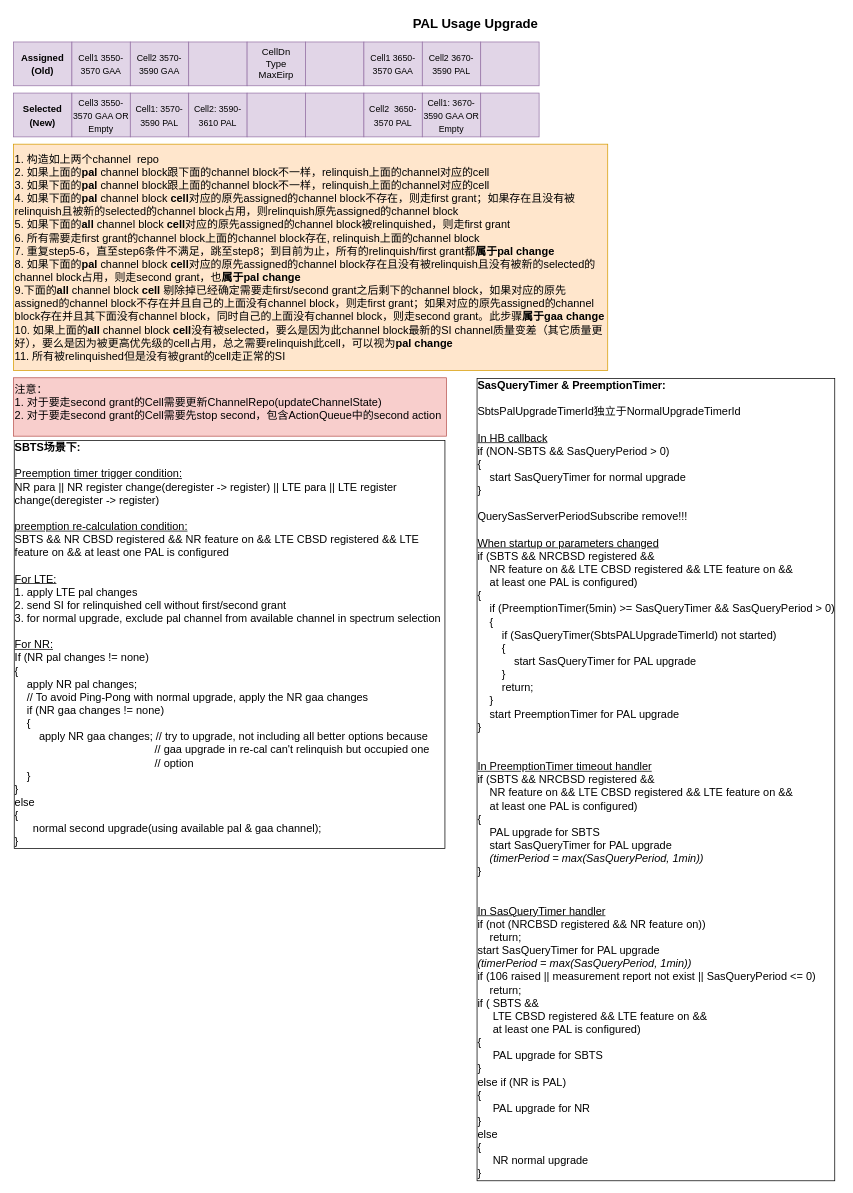
xdlhzdh/drawio keeps this draw.io diagram as Pal_Change_Algorithm.drawio. Above is the earlier version. Source tidied: cells renumbered, new cells numbered last; positions are measured from the earlier drawing's top-left corner, leaving out a move shared by most shapes. Both pictures are drawn from the tidied source at 73%, with x=0, y=0 at pixel (12, 12).
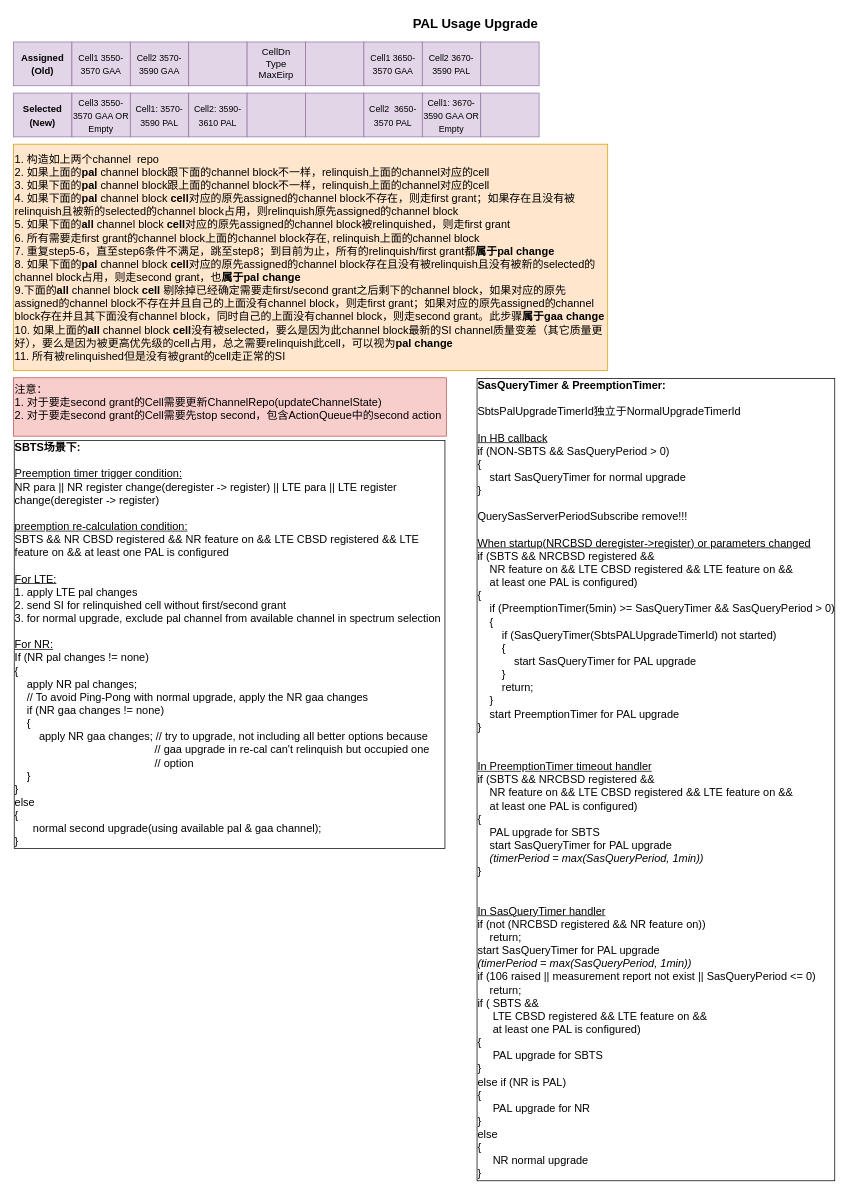
The same diagram, later.

The edit, as a diff of the source:
```diff
@@
-    <mxCell id="24" value="&lt;div style=&quot;font-size: 15px;&quot;&gt;&lt;font style=&quot;font-size: 15px;&quot;&gt;&lt;b style=&quot;&quot;&gt;SasQueryTimer &amp;amp; PreemptionTimer:&lt;/b&gt;&lt;/font&gt;&lt;/div&gt;&lt;div style=&quot;font-size: 15px;&quot;&gt;&lt;br&gt;&lt;/div&gt;&lt;div style=&quot;font-size: 15px;&quot;&gt;&lt;font style=&quot;font-size: 15px;&quot;&gt;SbtsPalUpgradeTimerId独立于NormalUpgradeTimerId&lt;/font&gt;&lt;/div&gt;&lt;div style=&quot;font-size: 15px;&quot;&gt;&lt;font style=&quot;font-size: 15px;&quot;&gt;&lt;br&gt;&lt;/font&gt;&lt;/div&gt;&lt;div style=&quot;font-size: 15px;&quot;&gt;&lt;font style=&quot;font-size: 15px;&quot;&gt;&lt;u&gt;In HB callback&lt;/u&gt;&lt;/font&gt;&lt;/div&gt;&lt;div style=&quot;font-size: 15px;&quot;&gt;&lt;font style=&quot;font-size: 15px;&quot;&gt;if (NON-SBTS &amp;amp;&amp;amp; SasQueryPeriod &amp;gt; 0)&lt;/font&gt;&lt;/div&gt;&lt;div style=&quot;font-size: 15px;&quot;&gt;&lt;font style=&quot;font-size: 15px;&quot;&gt;{&lt;/font&gt;&lt;/div&gt;&lt;div style=&quot;font-size: 15px;&quot;&gt;&lt;font style=&quot;font-size: 15px;&quot;&gt;&amp;nbsp; &amp;nbsp; start SasQueryTimer for normal upgrade&lt;/font&gt;&lt;/div&gt;&lt;div style=&quot;font-size: 15px;&quot;&gt;&lt;font style=&quot;font-size: 15px;&quot;&gt;}&lt;/font&gt;&lt;/div&gt;&lt;div style=&quot;font-size: 15px;&quot;&gt;&lt;font style=&quot;font-size: 15px;&quot;&gt;&lt;br&gt;&lt;/font&gt;&lt;/div&gt;&lt;div style=&quot;font-size: 15px;&quot;&gt;&lt;font style=&quot;font-size: 15px;&quot;&gt;QuerySasServerPeriodSubscribe remove!!!&lt;/font&gt;&lt;/div&gt;&lt;div style=&quot;font-size: 15px;&quot;&gt;&lt;font style=&quot;font-size: 15px;&quot;&gt;&lt;br&gt;&lt;/font&gt;&lt;/div&gt;&lt;div style=&quot;font-size: 15px;&quot;&gt;&lt;font style=&quot;font-size: 15px;&quot;&gt;&lt;u&gt;When startup or parameters changed&lt;/u&gt;&lt;/font&gt;&lt;/div&gt;&lt;div style=&quot;font-size: 15px;&quot;&gt;&lt;div&gt;&lt;font style=&quot;font-size: 15px;&quot;&gt;if (SBTS &amp;amp;&amp;amp; NRCBSD registered &amp;amp;&amp;amp;&lt;/font&gt;&lt;/div&gt;&lt;font style=&quot;font-size: 15px;&quot;&gt;&amp;nbsp; &amp;nbsp; NR feature on &amp;amp;&amp;amp; LTE CBSD registered &amp;amp;&amp;amp; LTE feature on &amp;amp;&amp;amp;&lt;br&gt;&amp;nbsp; &amp;nbsp; at least one PAL is configured&lt;span style=&quot;background-color: initial;&quot;&gt;)&lt;/span&gt;&lt;br&gt;&lt;/font&gt;&lt;/div&gt;&lt;div style=&quot;font-size: 15px;&quot;&gt;&lt;font style=&quot;font-size: 15px;&quot;&gt;{&lt;/font&gt;&lt;/div&gt;&lt;div style=&quot;font-size: 15px;&quot;&gt;&lt;font style=&quot;font-size: 15px;&quot;&gt;&amp;nbsp; &amp;nbsp; if (PreemptionTimer(5min) &amp;gt;= SasQueryTimer &amp;amp;&amp;amp; SasQueryPeriod&amp;nbsp;&amp;gt; 0)&lt;/font&gt;&lt;/div&gt;&lt;div style=&quot;font-size: 15px;&quot;&gt;&lt;font style=&quot;font-size: 15px;&quot;&gt;&amp;nbsp; &amp;nbsp; {&lt;/font&gt;&lt;/div&gt;&lt;div style=&quot;font-size: 15px;&quot;&gt;&lt;font style=&quot;font-size: 15px;&quot;&gt;&amp;nbsp; &amp;nbsp; &amp;nbsp; &amp;nbsp; if (SasQueryTimer(SbtsPALUpgradeTimerId) not started)&lt;/font&gt;&lt;/div&gt;&lt;div style=&quot;font-size: 15px;&quot;&gt;&lt;font style=&quot;font-size: 15px;&quot;&gt;&amp;nbsp; &amp;nbsp; &amp;nbsp; &amp;nbsp; {&lt;/font&gt;&lt;/div&gt;&lt;div style=&quot;font-size: 15px;&quot;&gt;&lt;font style=&quot;font-size: 15px;&quot;&gt;&amp;nbsp; &amp;nbsp; &amp;nbsp; &amp;nbsp; &amp;nbsp; &amp;nbsp; start SasQueryTimer for PAL upgrade&lt;/font&gt;&lt;/div&gt;&lt;div style=&quot;font-size: 15px;&quot;&gt;&lt;font style=&quot;font-size: 15px;&quot;&gt;&amp;nbsp; &amp;nbsp; &amp;nbsp; &amp;nbsp; }&lt;/font&gt;&lt;/div&gt;&lt;div style=&quot;font-size: 15px;&quot;&gt;&lt;font style=&quot;font-size: 15px;&quot;&gt;&amp;nbsp; &amp;nbsp; &amp;nbsp; &amp;nbsp; return;&lt;/font&gt;&lt;/div&gt;&lt;div style=&quot;font-size: 15px;&quot;&gt;&lt;font style=&quot;font-size: 15px;&quot;&gt;&amp;nbsp; &amp;nbsp; }&lt;/font&gt;&lt;/div&gt;&lt;div style=&quot;font-size: 15px;&quot;&gt;&lt;font style=&quot;font-size: 15px;&quot;&gt;&amp;nbsp; &amp;nbsp; start PreemptionTimer for PAL upgrade&lt;/font&gt;&lt;/div&gt;&lt;div style=&quot;font-size: 15px;&quot;&gt;&lt;font style=&quot;font-size: 15px;&quot;&gt;}&lt;/font&gt;&lt;/div&gt;&lt;div style=&quot;font-size: 15px;&quot;&gt;&lt;font style=&quot;font-size: 15px;&quot;&gt;&lt;br&gt;&lt;/font&gt;&lt;/div&gt;&lt;div style=&quot;font-size: 15px;&quot;&gt;&lt;font style=&quot;font-size: 15px;&quot;&gt;&lt;br&gt;&lt;/font&gt;&lt;/div&gt;&lt;div style=&quot;font-size: 15px;&quot;&gt;&lt;font style=&quot;font-size: 15px;&quot;&gt;&lt;u&gt;In PreemptionTimer timeout handler&lt;/u&gt;&lt;/font&gt;&lt;/div&gt;&lt;div style=&quot;font-size: 15px;&quot;&gt;&lt;font style=&quot;font-size: 15px;&quot;&gt;if (SBTS &amp;amp;&amp;amp; NRCBSD registered &amp;amp;&amp;amp;&lt;/font&gt;&lt;/div&gt;&lt;font style=&quot;font-size: 15px;&quot;&gt;&amp;nbsp; &amp;nbsp; NR feature on &amp;amp;&amp;amp; LTE CBSD registered &amp;amp;&amp;amp; LTE feature on &amp;amp;&amp;amp;&lt;br&gt;&amp;nbsp; &amp;nbsp; at least one PAL is configured&lt;span style=&quot;background-color: initial;&quot;&gt;)&lt;/span&gt;&lt;br&gt;&lt;/font&gt;&lt;div style=&quot;font-size: 15px;&quot;&gt;&lt;font style=&quot;font-size: 15px;&quot;&gt;{&lt;/font&gt;&lt;/div&gt;&lt;div style=&quot;font-size: 15px;&quot;&gt;&lt;font style=&quot;font-size: 15px;&quot;&gt;&amp;nbsp; &amp;nbsp; PAL upgrade for SBTS&lt;/font&gt;&lt;/div&gt;&lt;div style=&quot;font-size: 15px;&quot;&gt;&lt;font style=&quot;font-size: 15px;&quot;&gt;&amp;nbsp; &amp;nbsp; start SasQueryTimer for PAL upgrade&amp;nbsp;&lt;/font&gt;&lt;/div&gt;&lt;div style=&quot;font-size: 15px;&quot;&gt;&lt;font style=&quot;font-size: 15px;&quot;&gt;&amp;nbsp; &amp;nbsp; &lt;i&gt;(timerPeriod = max(SasQueryPeriod, 1min))&lt;/i&gt;&lt;/font&gt;&lt;/div&gt;&lt;div style=&quot;font-size: 15px;&quot;&gt;&lt;font style=&quot;font-size: 15px;&quot;&gt;}&lt;/font&gt;&lt;/div&gt;&lt;div style=&quot;font-size: 15px;&quot;&gt;&lt;font style=&quot;font-size: 15px;&quot;&gt;&lt;br&gt;&lt;/font&gt;&lt;/div&gt;&lt;div style=&quot;font-size: 15px;&quot;&gt;&lt;font style=&quot;font-size: 15px;&quot;&gt;&lt;br&gt;&lt;/font&gt;&lt;/div&gt;&lt;div style=&quot;font-size: 15px;&quot;&gt;&lt;font style=&quot;font-size: 15px;&quot;&gt;&lt;u&gt;In SasQueryTimer handler&lt;/u&gt;&lt;/font&gt;&lt;/div&gt;&lt;div style=&quot;font-size: 15px;&quot;&gt;&lt;div&gt;&lt;font style=&quot;font-size: 15px;&quot;&gt;if (not (NRCBSD registered &amp;amp;&amp;amp; NR feature on))&lt;/font&gt;&lt;/div&gt;&lt;div&gt;&lt;font style=&quot;font-size: 15px;&quot;&gt;&amp;nbsp; &amp;nbsp; return;&lt;/font&gt;&lt;/div&gt;&lt;div&gt;&lt;font style=&quot;font-size: 15px;&quot;&gt;start SasQueryTimer for PAL upgrade&lt;/font&gt;&lt;/div&gt;&lt;div&gt;&lt;font style=&quot;font-size: 15px;&quot;&gt;&lt;i style=&quot;&quot;&gt;(timerPeriod = max(SasQueryPeriod, 1min))&lt;/i&gt;&lt;/font&gt;&lt;/div&gt;&lt;div&gt;&lt;font style=&quot;font-size: 15px;&quot;&gt;if (106 raised || measurement report not exist ||&amp;nbsp;&lt;/font&gt;&lt;span style=&quot;background-color: initial;&quot;&gt;SasQueryPeriod &amp;lt;= 0)&lt;/span&gt;&lt;/div&gt;&lt;div&gt;&lt;font style=&quot;font-size: 15px;&quot;&gt;&amp;nbsp; &amp;nbsp; return;&lt;/font&gt;&lt;/div&gt;&lt;div&gt;&lt;font style=&quot;font-size: 15px;&quot;&gt;if ( SBTS &amp;amp;&amp;amp;&lt;/font&gt;&lt;/div&gt;&lt;div&gt;&lt;font style=&quot;font-size: 15px;&quot;&gt;&amp;nbsp; &amp;nbsp; &amp;nbsp;LTE CBSD registered &amp;amp;&amp;amp; LTE feature on &amp;amp;&amp;amp;&lt;/font&gt;&lt;/div&gt;&lt;div&gt;&lt;font style=&quot;font-size: 15px;&quot;&gt;&amp;nbsp; &amp;nbsp; &amp;nbsp;at least one PAL is configured)&lt;/font&gt;&lt;/div&gt;&lt;div&gt;&lt;font style=&quot;font-size: 15px;&quot;&gt;{&lt;/font&gt;&lt;/div&gt;&lt;div&gt;&lt;font style=&quot;font-size: 15px;&quot;&gt;&amp;nbsp; &amp;nbsp; &amp;nbsp;PAL upgrade for SBTS&lt;/font&gt;&lt;/div&gt;&lt;div&gt;&lt;font style=&quot;font-size: 15px;&quot;&gt;}&lt;/font&gt;&lt;/div&gt;&lt;div&gt;&lt;font style=&quot;font-size: 15px;&quot;&gt;else if (NR is PAL)&lt;/font&gt;&lt;/div&gt;&lt;div&gt;&lt;font style=&quot;font-size: 15px;&quot;&gt;{&lt;/font&gt;&lt;/div&gt;&lt;div&gt;&lt;font style=&quot;font-size: 15px;&quot;&gt;&amp;nbsp; &amp;nbsp; &amp;nbsp;PAL upgrade for NR&lt;/font&gt;&lt;/div&gt;&lt;div&gt;&lt;font style=&quot;font-size: 15px;&quot;&gt;}&lt;/font&gt;&lt;/div&gt;&lt;div&gt;&lt;font style=&quot;font-size: 15px;&quot;&gt;else&lt;/font&gt;&lt;/div&gt;&lt;div&gt;&lt;font style=&quot;font-size: 15px;&quot;&gt;{&lt;/font&gt;&lt;/div&gt;&lt;div&gt;&lt;font style=&quot;font-size: 15px;&quot;&gt;&amp;nbsp; &amp;nbsp; &amp;nbsp;NR normal upgrade&lt;/font&gt;&lt;/div&gt;&lt;div&gt;&lt;font style=&quot;font-size: 15px;&quot;&gt;}&lt;/font&gt;&lt;/div&gt;&lt;/div&gt;" style="text;html=1;strokeColor=none;fillColor=none;align=left;verticalAlign=middle;whiteSpace=wrap;rounded=0;sketch=0;shadow=0;labelBorderColor=default;" parent="1" vertex="1">
+    <mxCell id="24" value="&lt;div style=&quot;font-size: 15px;&quot;&gt;&lt;font style=&quot;font-size: 15px;&quot;&gt;&lt;b style=&quot;&quot;&gt;SasQueryTimer &amp;amp; PreemptionTimer:&lt;/b&gt;&lt;/font&gt;&lt;/div&gt;&lt;div style=&quot;font-size: 15px;&quot;&gt;&lt;br&gt;&lt;/div&gt;&lt;div style=&quot;font-size: 15px;&quot;&gt;&lt;font style=&quot;font-size: 15px;&quot;&gt;SbtsPalUpgradeTimerId独立于NormalUpgradeTimerId&lt;/font&gt;&lt;/div&gt;&lt;div style=&quot;font-size: 15px;&quot;&gt;&lt;font style=&quot;font-size: 15px;&quot;&gt;&lt;br&gt;&lt;/font&gt;&lt;/div&gt;&lt;div style=&quot;font-size: 15px;&quot;&gt;&lt;font style=&quot;font-size: 15px;&quot;&gt;&lt;u&gt;In HB callback&lt;/u&gt;&lt;/font&gt;&lt;/div&gt;&lt;div style=&quot;font-size: 15px;&quot;&gt;&lt;font style=&quot;font-size: 15px;&quot;&gt;if (NON-SBTS &amp;amp;&amp;amp; SasQueryPeriod &amp;gt; 0)&lt;/font&gt;&lt;/div&gt;&lt;div style=&quot;font-size: 15px;&quot;&gt;&lt;font style=&quot;font-size: 15px;&quot;&gt;{&lt;/font&gt;&lt;/div&gt;&lt;div style=&quot;font-size: 15px;&quot;&gt;&lt;font style=&quot;font-size: 15px;&quot;&gt;&amp;nbsp; &amp;nbsp; start SasQueryTimer for normal upgrade&lt;/font&gt;&lt;/div&gt;&lt;div style=&quot;font-size: 15px;&quot;&gt;&lt;font style=&quot;font-size: 15px;&quot;&gt;}&lt;/font&gt;&lt;/div&gt;&lt;div style=&quot;font-size: 15px;&quot;&gt;&lt;font style=&quot;font-size: 15px;&quot;&gt;&lt;br&gt;&lt;/font&gt;&lt;/div&gt;&lt;div style=&quot;font-size: 15px;&quot;&gt;&lt;font style=&quot;font-size: 15px;&quot;&gt;QuerySasServerPeriodSubscribe remove!!!&lt;/font&gt;&lt;/div&gt;&lt;div style=&quot;font-size: 15px;&quot;&gt;&lt;font style=&quot;font-size: 15px;&quot;&gt;&lt;br&gt;&lt;/font&gt;&lt;/div&gt;&lt;div style=&quot;font-size: 15px;&quot;&gt;&lt;font style=&quot;font-size: 15px;&quot;&gt;&lt;u&gt;When startup(NRCBSD deregister-&amp;gt;register) or parameters changed&lt;/u&gt;&lt;/font&gt;&lt;/div&gt;&lt;div style=&quot;font-size: 15px;&quot;&gt;&lt;div&gt;&lt;font style=&quot;font-size: 15px;&quot;&gt;if (SBTS &amp;amp;&amp;amp; NRCBSD registered &amp;amp;&amp;amp;&lt;/font&gt;&lt;/div&gt;&lt;font style=&quot;font-size: 15px;&quot;&gt;&amp;nbsp; &amp;nbsp; NR feature on &amp;amp;&amp;amp; LTE CBSD registered &amp;amp;&amp;amp; LTE feature on &amp;amp;&amp;amp;&lt;br&gt;&amp;nbsp; &amp;nbsp; at least one PAL is configured&lt;span style=&quot;background-color: initial;&quot;&gt;)&lt;/span&gt;&lt;br&gt;&lt;/font&gt;&lt;/div&gt;&lt;div style=&quot;font-size: 15px;&quot;&gt;&lt;font style=&quot;font-size: 15px;&quot;&gt;{&lt;/font&gt;&lt;/div&gt;&lt;div style=&quot;font-size: 15px;&quot;&gt;&lt;font style=&quot;font-size: 15px;&quot;&gt;&amp;nbsp; &amp;nbsp; if (PreemptionTimer(5min) &amp;gt;= SasQueryTimer &amp;amp;&amp;amp; SasQueryPeriod&amp;nbsp;&amp;gt; 0)&lt;/font&gt;&lt;/div&gt;&lt;div style=&quot;font-size: 15px;&quot;&gt;&lt;font style=&quot;font-size: 15px;&quot;&gt;&amp;nbsp; &amp;nbsp; {&lt;/font&gt;&lt;/div&gt;&lt;div style=&quot;font-size: 15px;&quot;&gt;&lt;font style=&quot;font-size: 15px;&quot;&gt;&amp;nbsp; &amp;nbsp; &amp;nbsp; &amp;nbsp; if (SasQueryTimer(SbtsPALUpgradeTimerId) not started)&lt;/font&gt;&lt;/div&gt;&lt;div style=&quot;font-size: 15px;&quot;&gt;&lt;font style=&quot;font-size: 15px;&quot;&gt;&amp;nbsp; &amp;nbsp; &amp;nbsp; &amp;nbsp; {&lt;/font&gt;&lt;/div&gt;&lt;div style=&quot;font-size: 15px;&quot;&gt;&lt;font style=&quot;font-size: 15px;&quot;&gt;&amp;nbsp; &amp;nbsp; &amp;nbsp; &amp;nbsp; &amp;nbsp; &amp;nbsp; start SasQueryTimer for PAL upgrade&lt;/font&gt;&lt;/div&gt;&lt;div style=&quot;font-size: 15px;&quot;&gt;&lt;font style=&quot;font-size: 15px;&quot;&gt;&amp;nbsp; &amp;nbsp; &amp;nbsp; &amp;nbsp; }&lt;/font&gt;&lt;/div&gt;&lt;div style=&quot;font-size: 15px;&quot;&gt;&lt;font style=&quot;font-size: 15px;&quot;&gt;&amp;nbsp; &amp;nbsp; &amp;nbsp; &amp;nbsp; return;&lt;/font&gt;&lt;/div&gt;&lt;div style=&quot;font-size: 15px;&quot;&gt;&lt;font style=&quot;font-size: 15px;&quot;&gt;&amp;nbsp; &amp;nbsp; }&lt;/font&gt;&lt;/div&gt;&lt;div style=&quot;font-size: 15px;&quot;&gt;&lt;font style=&quot;font-size: 15px;&quot;&gt;&amp;nbsp; &amp;nbsp; start PreemptionTimer for PAL upgrade&lt;/font&gt;&lt;/div&gt;&lt;div style=&quot;font-size: 15px;&quot;&gt;&lt;font style=&quot;font-size: 15px;&quot;&gt;}&lt;/font&gt;&lt;/div&gt;&lt;div style=&quot;font-size: 15px;&quot;&gt;&lt;font style=&quot;font-size: 15px;&quot;&gt;&lt;br&gt;&lt;/font&gt;&lt;/div&gt;&lt;div style=&quot;font-size: 15px;&quot;&gt;&lt;font style=&quot;font-size: 15px;&quot;&gt;&lt;br&gt;&lt;/font&gt;&lt;/div&gt;&lt;div style=&quot;font-size: 15px;&quot;&gt;&lt;font style=&quot;font-size: 15px;&quot;&gt;&lt;u&gt;In PreemptionTimer timeout handler&lt;/u&gt;&lt;/font&gt;&lt;/div&gt;&lt;div style=&quot;font-size: 15px;&quot;&gt;&lt;font style=&quot;font-size: 15px;&quot;&gt;if (SBTS &amp;amp;&amp;amp; NRCBSD registered &amp;amp;&amp;amp;&lt;/font&gt;&lt;/div&gt;&lt;font style=&quot;font-size: 15px;&quot;&gt;&amp;nbsp; &amp;nbsp; NR feature on &amp;amp;&amp;amp; LTE CBSD registered &amp;amp;&amp;amp; LTE feature on &amp;amp;&amp;amp;&lt;br&gt;&amp;nbsp; &amp;nbsp; at least one PAL is configured&lt;span style=&quot;background-color: initial;&quot;&gt;)&lt;/span&gt;&lt;br&gt;&lt;/font&gt;&lt;div style=&quot;font-size: 15px;&quot;&gt;&lt;font style=&quot;font-size: 15px;&quot;&gt;{&lt;/font&gt;&lt;/div&gt;&lt;div style=&quot;font-size: 15px;&quot;&gt;&lt;font style=&quot;font-size: 15px;&quot;&gt;&amp;nbsp; &amp;nbsp; PAL upgrade for SBTS&lt;/font&gt;&lt;/div&gt;&lt;div style=&quot;font-size: 15px;&quot;&gt;&lt;font style=&quot;font-size: 15px;&quot;&gt;&amp;nbsp; &amp;nbsp; start SasQueryTimer for PAL upgrade&amp;nbsp;&lt;/font&gt;&lt;/div&gt;&lt;div style=&quot;font-size: 15px;&quot;&gt;&lt;font style=&quot;font-size: 15px;&quot;&gt;&amp;nbsp; &amp;nbsp; &lt;i&gt;(timerPeriod = max(SasQueryPeriod, 1min))&lt;/i&gt;&lt;/font&gt;&lt;/div&gt;&lt;div style=&quot;font-size: 15px;&quot;&gt;&lt;font style=&quot;font-size: 15px;&quot;&gt;}&lt;/font&gt;&lt;/div&gt;&lt;div style=&quot;font-size: 15px;&quot;&gt;&lt;font style=&quot;font-size: 15px;&quot;&gt;&lt;br&gt;&lt;/font&gt;&lt;/div&gt;&lt;div style=&quot;font-size: 15px;&quot;&gt;&lt;font style=&quot;font-size: 15px;&quot;&gt;&lt;br&gt;&lt;/font&gt;&lt;/div&gt;&lt;div style=&quot;font-size: 15px;&quot;&gt;&lt;font style=&quot;font-size: 15px;&quot;&gt;&lt;u&gt;In SasQueryTimer handler&lt;/u&gt;&lt;/font&gt;&lt;/div&gt;&lt;div style=&quot;font-size: 15px;&quot;&gt;&lt;div&gt;&lt;font style=&quot;font-size: 15px;&quot;&gt;if (not (NRCBSD registered &amp;amp;&amp;amp; NR feature on))&lt;/font&gt;&lt;/div&gt;&lt;div&gt;&lt;font style=&quot;font-size: 15px;&quot;&gt;&amp;nbsp; &amp;nbsp; return;&lt;/font&gt;&lt;/div&gt;&lt;div&gt;&lt;font style=&quot;font-size: 15px;&quot;&gt;start SasQueryTimer for PAL upgrade&lt;/font&gt;&lt;/div&gt;&lt;div&gt;&lt;font style=&quot;font-size: 15px;&quot;&gt;&lt;i style=&quot;&quot;&gt;(timerPeriod = max(SasQueryPeriod, 1min))&lt;/i&gt;&lt;/font&gt;&lt;/div&gt;&lt;div&gt;&lt;font style=&quot;font-size: 15px;&quot;&gt;if (106 raised || measurement report not exist ||&amp;nbsp;&lt;/font&gt;&lt;span style=&quot;background-color: initial;&quot;&gt;SasQueryPeriod &amp;lt;= 0)&lt;/span&gt;&lt;/div&gt;&lt;div&gt;&lt;font style=&quot;font-size: 15px;&quot;&gt;&amp;nbsp; &amp;nbsp; return;&lt;/font&gt;&lt;/div&gt;&lt;div&gt;&lt;font style=&quot;font-size: 15px;&quot;&gt;if ( SBTS &amp;amp;&amp;amp;&lt;/font&gt;&lt;/div&gt;&lt;div&gt;&lt;font style=&quot;font-size: 15px;&quot;&gt;&amp;nbsp; &amp;nbsp; &amp;nbsp;LTE CBSD registered &amp;amp;&amp;amp; LTE feature on &amp;amp;&amp;amp;&lt;/font&gt;&lt;/div&gt;&lt;div&gt;&lt;font style=&quot;font-size: 15px;&quot;&gt;&amp;nbsp; &amp;nbsp; &amp;nbsp;at least one PAL is configured)&lt;/font&gt;&lt;/div&gt;&lt;div&gt;&lt;font style=&quot;font-size: 15px;&quot;&gt;{&lt;/font&gt;&lt;/div&gt;&lt;div&gt;&lt;font style=&quot;font-size: 15px;&quot;&gt;&amp;nbsp; &amp;nbsp; &amp;nbsp;PAL upgrade for SBTS&lt;/font&gt;&lt;/div&gt;&lt;div&gt;&lt;font style=&quot;font-size: 15px;&quot;&gt;}&lt;/font&gt;&lt;/div&gt;&lt;div&gt;&lt;font style=&quot;font-size: 15px;&quot;&gt;else if (NR is PAL)&lt;/font&gt;&lt;/div&gt;&lt;div&gt;&lt;font style=&quot;font-size: 15px;&quot;&gt;{&lt;/font&gt;&lt;/div&gt;&lt;div&gt;&lt;font style=&quot;font-size: 15px;&quot;&gt;&amp;nbsp; &amp;nbsp; &amp;nbsp;PAL upgrade for NR&lt;/font&gt;&lt;/div&gt;&lt;div&gt;&lt;font style=&quot;font-size: 15px;&quot;&gt;}&lt;/font&gt;&lt;/div&gt;&lt;div&gt;&lt;font style=&quot;font-size: 15px;&quot;&gt;else&lt;/font&gt;&lt;/div&gt;&lt;div&gt;&lt;font style=&quot;font-size: 15px;&quot;&gt;{&lt;/font&gt;&lt;/div&gt;&lt;div&gt;&lt;font style=&quot;font-size: 15px;&quot;&gt;&amp;nbsp; &amp;nbsp; &amp;nbsp;NR normal upgrade&lt;/font&gt;&lt;/div&gt;&lt;div&gt;&lt;font style=&quot;font-size: 15px;&quot;&gt;}&lt;/font&gt;&lt;/div&gt;&lt;/div&gt;" style="text;html=1;strokeColor=none;fillColor=none;align=left;verticalAlign=middle;whiteSpace=wrap;rounded=0;sketch=0;shadow=0;labelBorderColor=default;" parent="1" vertex="1">
       <mxGeometry x="634" y="500" width="500" height="1100" as="geometry" />
     </mxCell>
```
